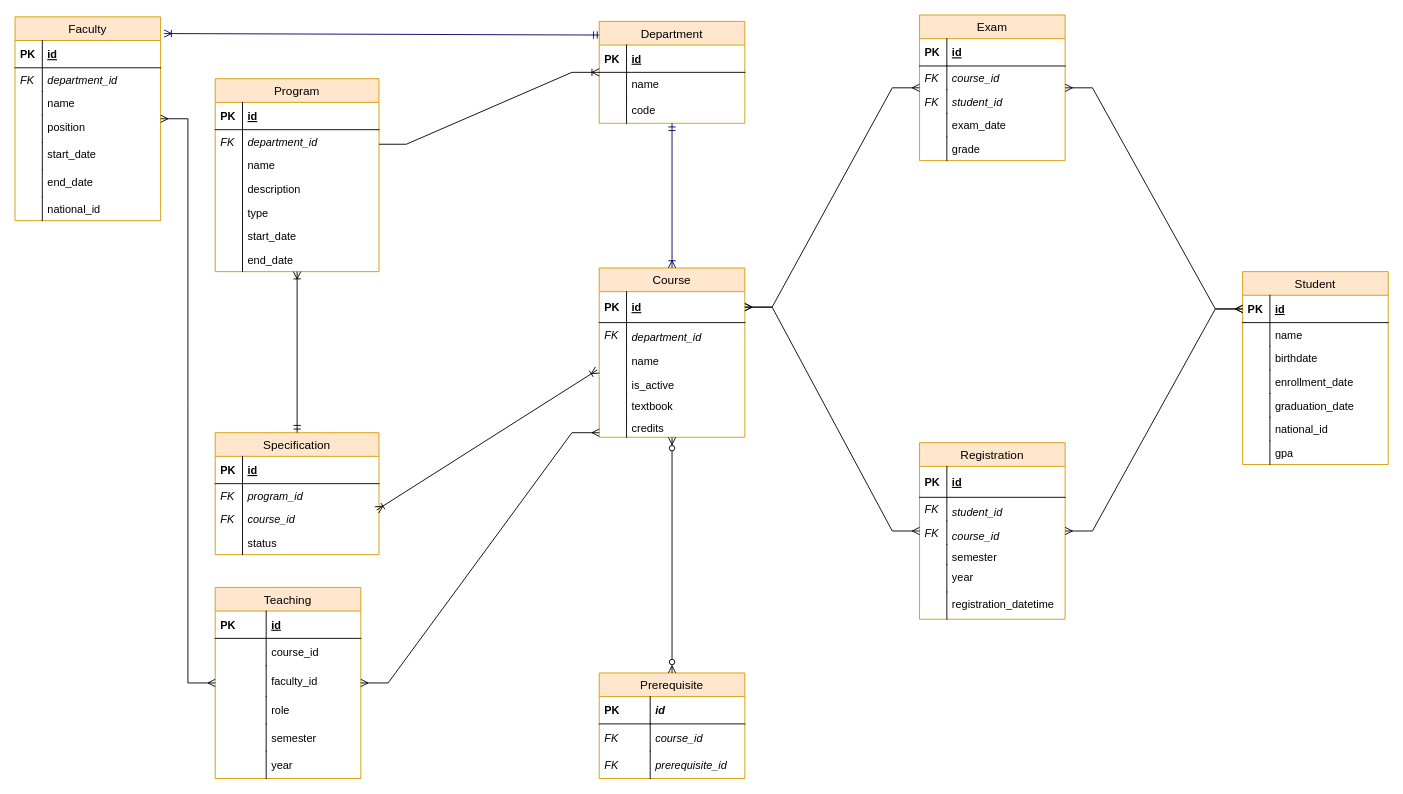
Baeldung/sql-tutorials keeps this draw.io diagram as 1-setup/schema/University-DB-ER-model.drawio. Above is the earlier version. Source tidied: cells renumbered, new cells numbered last; positions are measured from the earlier drawing's top-left corner, leaving out a move shared by most shapes. Both pictures are drawn from the tidied source at 91%, with x=0, y=0 at pixel (15, 15).
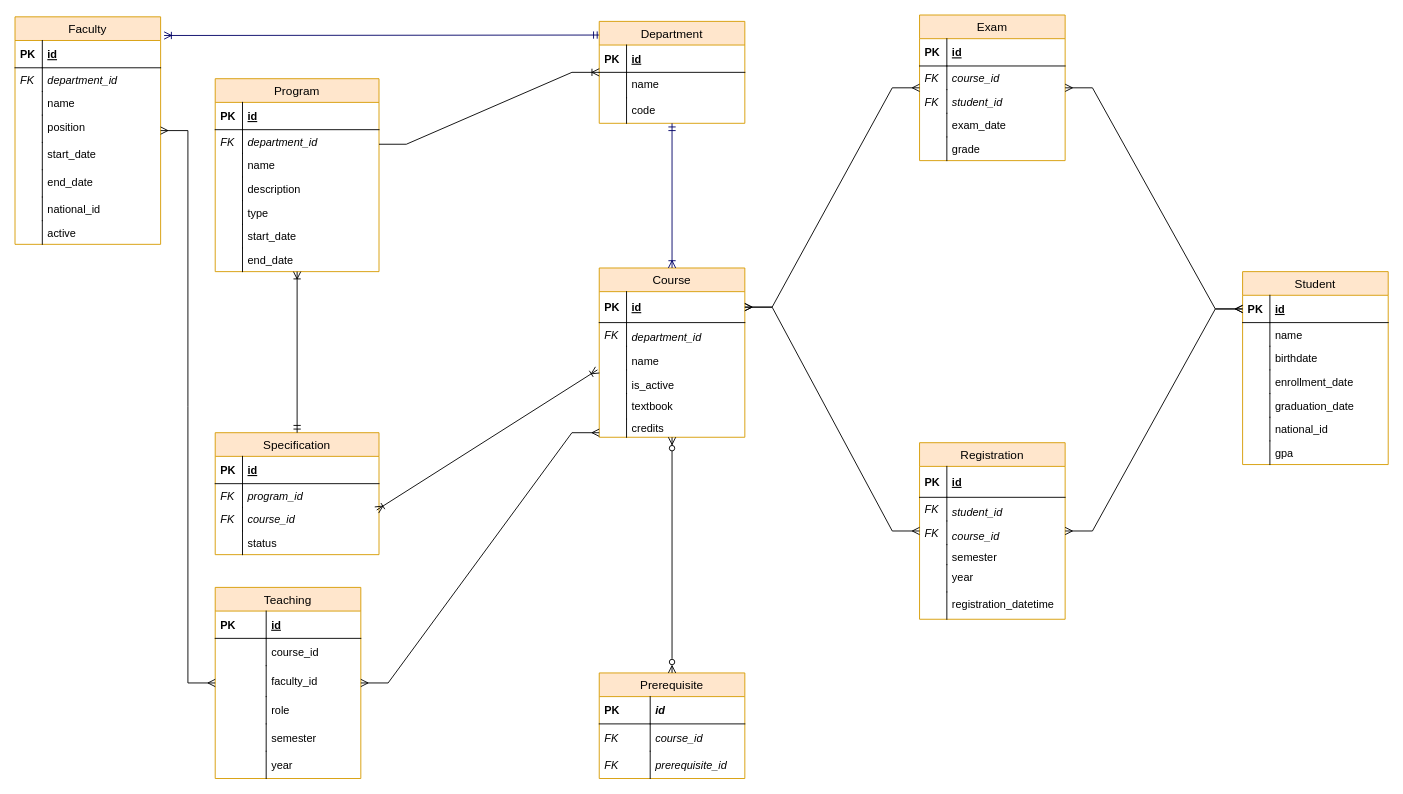
The same page after the edit.

Commit message (it also covers changes not shown here):
Added boolean field and adjusted drawio

What changed in the source:
```diff
@@
     <mxCell id="3" value="Faculty" style="swimlane;fontStyle=0;horizontal=1;startSize=26;fillColor=#ffe6cc;swimlaneFillColor=#ffffff;align=center;strokeWidth=1;fontSize=13;strokeColor=#d79b00;" parent="1" vertex="1">
-      <mxGeometry y="2" width="160" height="224" as="geometry" />
+      <mxGeometry y="2" width="160" height="250" as="geometry" />
     </mxCell>
@@
+    <mxCell id="133" value="active" style="shape=partialRectangle;top=0;left=0;right=0;bottom=0;align=left;verticalAlign=top;fillColor=none;spacingLeft=34;spacingRight=4;overflow=hidden;" parent="3" vertex="1">
+      <mxGeometry y="224" width="160" height="26" as="geometry" />
+    </mxCell>
+    <mxCell id="134" style="shape=partialRectangle;top=0;left=0;bottom=0;fillColor=none;align=left;verticalAlign=top;spacingLeft=4;spacingRight=4;overflow=hidden;" parent="133" vertex="1">
+      <mxGeometry width="30" height="26" as="geometry" />
+    </mxCell>
```
